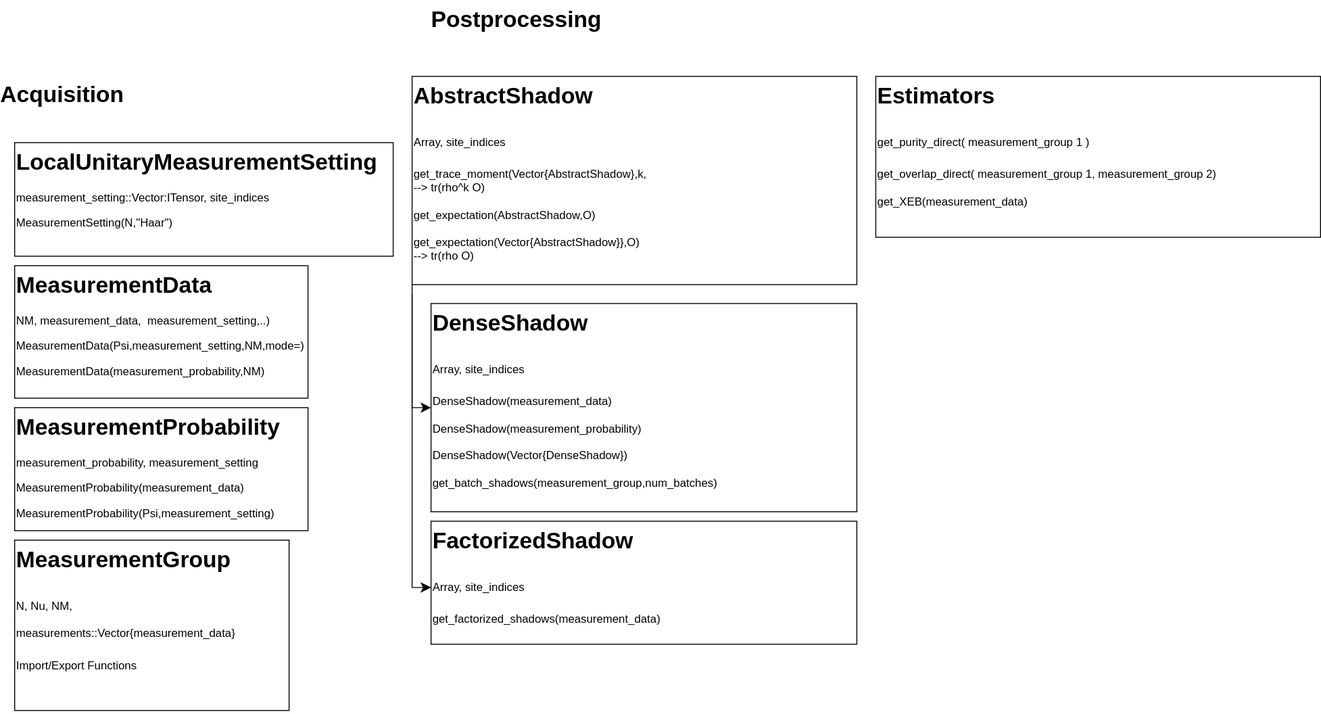
Before: StructureRandomMeas.drawio.svg, a diagram exported from draw.io (bvermersch/RandomMeas.jl). Source tidied: cells renumbered, new cells last; positions are measured from the earlier drawing's top-left corner, leaving out a move shared by most shapes.
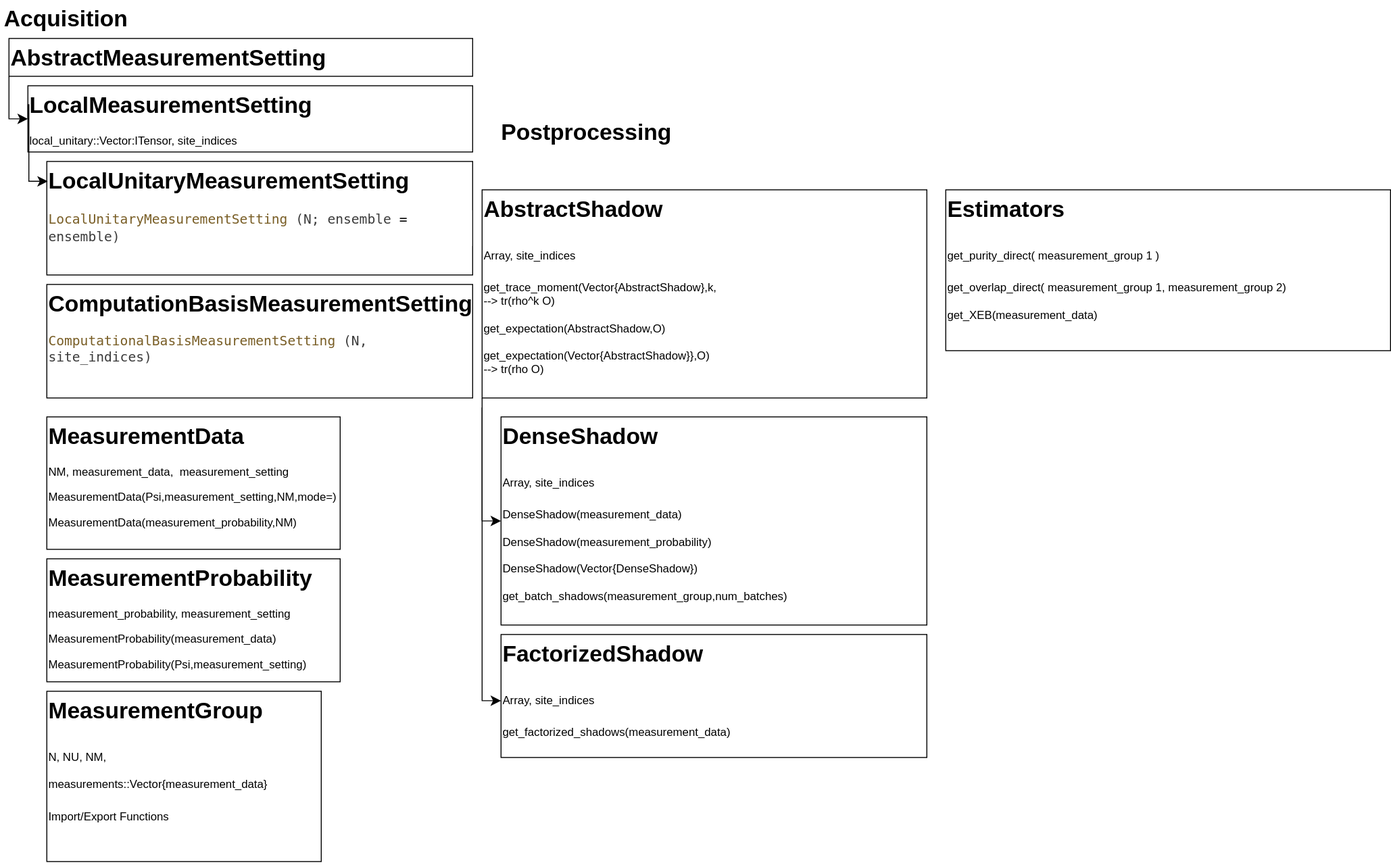
Later version of the same file.

Commit message:
fixed shadow_analysis

Diff of the diagram source:
```diff
@@ -2,14 +2,14 @@
   <root>
     <mxCell id="0" />
     <mxCell id="1" parent="0" />
-    <mxCell id="2" value="&lt;h1 style=&quot;margin-top: 0px;&quot;&gt;MeasurementData&lt;/h1&gt;NM,&lt;span style=&quot;background-color: initial;&quot;&gt;measurement_data,&amp;nbsp; measurement_setting,..)&lt;/span&gt;&lt;br&gt;&lt;p&gt;MeasurementData(Psi,measurement_setting,NM,mode=)&lt;/p&gt;&lt;p&gt;MeasurementData(measurement_probability,NM)&lt;/p&gt;&lt;p&gt;&lt;br&gt;&lt;/p&gt;&lt;p&gt;&lt;br&gt;&lt;/p&gt;" style="text;html=1;whiteSpace=wrap;overflow=hidden;rounded=0;strokeColor=default;" parent="1" vertex="1">
-      <mxGeometry y="280" width="310" height="140" as="geometry" />
+    <mxCell id="2" value="&lt;h1 style=&quot;margin-top: 0px;&quot;&gt;MeasurementData&lt;/h1&gt;NM,&lt;span style=&quot;background-color: initial;&quot;&gt;measurement_data,&amp;nbsp; measurement_setting&lt;/span&gt;&lt;br&gt;&lt;p&gt;MeasurementData(Psi,measurement_setting,NM,mode=)&lt;/p&gt;&lt;p&gt;MeasurementData(measurement_probability,NM)&lt;/p&gt;&lt;p&gt;&lt;br&gt;&lt;/p&gt;&lt;p&gt;&lt;br&gt;&lt;/p&gt;" style="text;html=1;whiteSpace=wrap;overflow=hidden;rounded=0;strokeColor=default;" parent="1" vertex="1">
+      <mxGeometry x="-40" y="320" width="310" height="140" as="geometry" />
     </mxCell>
-    <mxCell id="3" value="&lt;h1 style=&quot;margin-top: 0px;&quot;&gt;LocalUnitaryMeasurementSetting&lt;/h1&gt;&lt;p&gt;measurement_setting::Vector:ITensor, site_indices&lt;/p&gt;&lt;p&gt;MeasurementSetting(N,&quot;Haar&quot;)&lt;/p&gt;&lt;p&gt;&lt;br&gt;&lt;/p&gt;&lt;p&gt;&lt;br&gt;&lt;/p&gt;" style="text;html=1;whiteSpace=wrap;overflow=hidden;rounded=0;strokeColor=default;" parent="1" vertex="1">
-      <mxGeometry y="150" width="400" height="120" as="geometry" />
+    <mxCell id="3" value="&lt;h1 style=&quot;margin-top: 0px;&quot;&gt;LocalUnitaryMeasurementSetting&lt;/h1&gt;&lt;div style=&quot;color: rgb(59, 59, 59); background-color: rgb(255, 255, 255); font-family: &amp;quot;Droid Sans Mono&amp;quot;, &amp;quot;monospace&amp;quot;, monospace; font-size: 14px; line-height: 19px;&quot;&gt;&lt;span style=&quot;color: #795e26;&quot;&gt;LocalUnitaryMeasurementSetting&lt;/span&gt;(N; ensemble&lt;span style=&quot;color: #000000;&quot;&gt;=&lt;/span&gt;ensemble)&lt;/div&gt;" style="text;html=1;whiteSpace=wrap;overflow=hidden;rounded=0;strokeColor=default;" parent="1" vertex="1">
+      <mxGeometry x="-40" y="50" width="450" height="120" as="geometry" />
     </mxCell>
     <mxCell id="4" value="&lt;h1 style=&quot;margin-top: 0px;&quot;&gt;MeasurementProbability&lt;/h1&gt;&lt;p&gt;measurement_probability, measurement_setting&lt;/p&gt;&lt;p&gt;MeasurementProbability(measurement_data)&lt;/p&gt;&lt;p&gt;MeasurementProbability(Psi,measurement_setting)&lt;/p&gt;" style="text;html=1;whiteSpace=wrap;overflow=hidden;rounded=0;strokeColor=default;" parent="1" vertex="1">
-      <mxGeometry y="430" width="310" height="130" as="geometry" />
+      <mxGeometry x="-40" y="470" width="310" height="130" as="geometry" />
     </mxCell>
     <mxCell id="5" value="&lt;h1 style=&quot;margin-top: 0px;&quot;&gt;&lt;span style=&quot;background-color: transparent; color: light-dark(rgb(0, 0, 0), rgb(255, 255, 255));&quot;&gt;DenseShadow&lt;/span&gt;&lt;/h1&gt;&lt;h1 style=&quot;margin-top: 0px;&quot;&gt;&lt;span style=&quot;background-color: transparent; color: light-dark(rgb(0, 0, 0), rgb(255, 255, 255)); font-size: 12px; font-weight: normal;&quot;&gt;Array, site_indices&lt;/span&gt;&lt;/h1&gt;&lt;div&gt;DenseShadow(measurement_data)&lt;/div&gt;&lt;div&gt;&lt;br&gt;&lt;/div&gt;&lt;div&gt;DenseShadow(measurement_probability)&lt;/div&gt;&lt;div&gt;&lt;br&gt;&lt;/div&gt;&lt;div&gt;DenseShadow(Vector{DenseShadow})&lt;/div&gt;&lt;div&gt;&lt;br&gt;&lt;/div&gt;&lt;div&gt;get_batch_shadows(measurement_group,num_batches)&lt;/div&gt;&lt;div&gt;&lt;br&gt;&lt;/div&gt;" style="text;html=1;whiteSpace=wrap;overflow=hidden;rounded=0;strokeColor=default;" parent="1" vertex="1">
       <mxGeometry x="440" y="320" width="450" height="220" as="geometry" />
@@ -20,11 +20,11 @@
     <mxCell id="7" value="&lt;h1 style=&quot;margin-top: 0px;&quot;&gt;&lt;span style=&quot;background-color: transparent; color: light-dark(rgb(0, 0, 0), rgb(255, 255, 255));&quot;&gt;Estimators&lt;/span&gt;&lt;/h1&gt;&lt;h1 style=&quot;margin-top: 0px;&quot;&gt;&lt;span style=&quot;background-color: transparent; color: light-dark(rgb(0, 0, 0), rgb(255, 255, 255)); font-size: 12px; font-weight: normal;&quot;&gt;get_purity_direct(&lt;/span&gt;&lt;span style=&quot;font-size: 12px; font-weight: 400;&quot;&gt;measurement_group&lt;/span&gt;&lt;span style=&quot;border-color: var(--border-color); color: light-dark(rgb(0, 0, 0), rgb(255, 255, 255)); font-size: 12px; font-weight: normal; background-color: transparent;&quot;&gt;1&lt;/span&gt;&lt;span style=&quot;background-color: transparent; color: light-dark(rgb(0, 0, 0), rgb(255, 255, 255)); font-size: 12px; font-weight: normal;&quot;&gt;)&lt;br&gt;&lt;/span&gt;&lt;/h1&gt;&lt;div&gt;&lt;span style=&quot;background-color: transparent; color: light-dark(rgb(0, 0, 0), rgb(255, 255, 255));&quot;&gt;get_overlap_direct(&lt;/span&gt;&lt;span style=&quot;background-color: initial;&quot;&gt;measurement_group&lt;/span&gt;&lt;span style=&quot;background-color: transparent; color: light-dark(rgb(0, 0, 0), rgb(255, 255, 255));&quot;&gt;1,&lt;/span&gt;&lt;span style=&quot;background-color: initial;&quot;&gt;measurement_group&lt;/span&gt;&lt;span style=&quot;background-color: transparent; color: light-dark(rgb(0, 0, 0), rgb(255, 255, 255));&quot;&gt;2)&lt;/span&gt;&lt;br&gt;&lt;/div&gt;&lt;div&gt;&lt;span style=&quot;background-color: transparent; color: light-dark(rgb(0, 0, 0), rgb(255, 255, 255)); font-size: 12px; font-weight: normal;&quot;&gt;&lt;br&gt;&lt;/span&gt;&lt;/div&gt;&lt;div&gt;&lt;span style=&quot;background-color: transparent; color: light-dark(rgb(0, 0, 0), rgb(255, 255, 255)); font-size: 12px; font-weight: normal;&quot;&gt;get_XEB(measurement_data)&lt;/span&gt;&lt;/div&gt;&lt;div&gt;&lt;br&gt;&lt;/div&gt;&lt;div&gt;&lt;br&gt;&lt;/div&gt;" style="text;html=1;whiteSpace=wrap;overflow=hidden;rounded=0;strokeColor=default;" parent="1" vertex="1">
       <mxGeometry x="910" y="80" width="470" height="170" as="geometry" />
     </mxCell>
-    <mxCell id="8" value="&lt;h1 style=&quot;margin-top: 0px;&quot;&gt;MeasurementGroup&lt;/h1&gt;&lt;h1 style=&quot;margin-top: 0px;&quot;&gt;&lt;span style=&quot;background-color: transparent; color: light-dark(rgb(0, 0, 0), rgb(255, 255, 255)); font-size: 12px; font-weight: normal;&quot;&gt;N, Nu, NM, measurements::Vector{measurement_data}&lt;/span&gt;&lt;/h1&gt;&lt;p&gt;Import/Export Functions&lt;/p&gt;&lt;p&gt;&lt;br&gt;&lt;/p&gt;&lt;p&gt;&lt;br&gt;&lt;/p&gt;" style="text;html=1;whiteSpace=wrap;overflow=hidden;rounded=0;strokeColor=default;" parent="1" vertex="1">
-      <mxGeometry y="570" width="290" height="180" as="geometry" />
+    <mxCell id="8" value="&lt;h1 style=&quot;margin-top: 0px;&quot;&gt;MeasurementGroup&lt;/h1&gt;&lt;h1 style=&quot;margin-top: 0px;&quot;&gt;&lt;span style=&quot;background-color: transparent; color: light-dark(rgb(0, 0, 0), rgb(255, 255, 255)); font-size: 12px; font-weight: normal;&quot;&gt;N, NU, NM, measurements::Vector{measurement_data}&lt;/span&gt;&lt;/h1&gt;&lt;p&gt;Import/Export Functions&lt;/p&gt;&lt;p&gt;&lt;br&gt;&lt;/p&gt;&lt;p&gt;&lt;br&gt;&lt;/p&gt;" style="text;html=1;whiteSpace=wrap;overflow=hidden;rounded=0;strokeColor=default;" parent="1" vertex="1">
+      <mxGeometry x="-40" y="610" width="290" height="180" as="geometry" />
     </mxCell>
     <mxCell id="9" value="Acquisition" style="text;strokeColor=none;fillColor=none;html=1;fontSize=24;fontStyle=1;verticalAlign=middle;align=center;" parent="1" vertex="1">
-      <mxGeometry y="80" width="100" height="40" as="geometry" />
+      <mxGeometry x="-70" y="-120" width="100" height="40" as="geometry" />
     </mxCell>
     <mxCell id="10" value="Postprocessing" style="text;strokeColor=none;fillColor=none;html=1;fontSize=24;fontStyle=1;verticalAlign=middle;align=center;" parent="1" vertex="1">
       <mxGeometry x="490" width="80" height="40" as="geometry" />
@@ -49,5 +49,30 @@
         </Array>
       </mxGeometry>
     </mxCell>
+    <mxCell id="14" value="&lt;h1 style=&quot;margin-top: 0px;&quot;&gt;AbstractMeasurementSetting&lt;/h1&gt;&lt;p&gt;&lt;br&gt;&lt;/p&gt;&lt;p&gt;&lt;br&gt;&lt;/p&gt;" style="text;html=1;whiteSpace=wrap;overflow=hidden;rounded=0;strokeColor=default;" parent="1" vertex="1">
+      <mxGeometry x="-80" y="-80" width="490" height="40" as="geometry" />
+    </mxCell>
+    <mxCell id="15" value="&lt;h1 style=&quot;margin-top: 0px;&quot;&gt;LocalMeasurementSetting&lt;/h1&gt;&lt;div&gt;&lt;p style=&quot;border-color: var(--border-color);&quot;&gt;local_unitary::Vector:ITensor, site_indices&lt;/p&gt;&lt;/div&gt;&lt;div&gt;&lt;br&gt;&lt;/div&gt;&lt;p&gt;&lt;br&gt;&lt;/p&gt;&lt;p&gt;&lt;br&gt;&lt;/p&gt;" style="text;html=1;whiteSpace=wrap;overflow=hidden;rounded=0;strokeColor=default;" parent="1" vertex="1">
+      <mxGeometry x="-60" y="-30" width="470" height="70" as="geometry" />
+    </mxCell>
+    <mxCell id="16" style="edgeStyle=segmentEdgeStyle;endArrow=classic;html=1;curved=0;rounded=0;endSize=8;startSize=8;entryX=0;entryY=0.5;entryDx=0;entryDy=0;exitX=0;exitY=1;exitDx=0;exitDy=0;" parent="1" edge="1" source="14" target="15">
+      <mxGeometry relative="1" as="geometry">
+        <Array as="points">
+          <mxPoint x="-80" y="5" />
+        </Array>
+      </mxGeometry>
+    </mxCell>
+    <mxCell id="17" style="edgeStyle=segmentEdgeStyle;endArrow=classic;html=1;curved=0;rounded=0;endSize=8;startSize=8;entryX=0;entryY=0.5;entryDx=0;entryDy=0;exitX=0;exitY=0.5;exitDx=0;exitDy=0;" parent="1" edge="1" source="15">
+      <mxGeometry relative="1" as="geometry">
+        <mxPoint x="-39" y="71" as="targetPoint" />
+        <Array as="points">
+          <mxPoint x="-59" y="-10" />
+          <mxPoint x="-59" y="71" />
+        </Array>
+      </mxGeometry>
+    </mxCell>
+    <mxCell id="18" value="&lt;h1 style=&quot;margin-top: 0px;&quot;&gt;ComputationBasisMeasurementSetting&lt;/h1&gt;&lt;p&gt;&lt;span style=&quot;font-family: &amp;quot;Droid Sans Mono&amp;quot;, &amp;quot;monospace&amp;quot;, monospace; font-size: 14px; color: rgb(121, 94, 38);&quot;&gt;ComputationalBasisMeasurementSetting&lt;/span&gt;&lt;span style=&quot;background-color: rgb(255, 255, 255); color: rgb(59, 59, 59); font-family: &amp;quot;Droid Sans Mono&amp;quot;, &amp;quot;monospace&amp;quot;, monospace; font-size: 14px;&quot;&gt;(N, site_indices)&lt;/span&gt;&lt;br&gt;&lt;/p&gt;&lt;p&gt;&lt;br&gt;&lt;/p&gt;" style="text;html=1;whiteSpace=wrap;overflow=hidden;rounded=0;strokeColor=default;" parent="1" vertex="1">
+      <mxGeometry x="-40" y="180" width="450" height="120" as="geometry" />
+    </mxCell>
   </root>
 </mxGraphModel>
```
